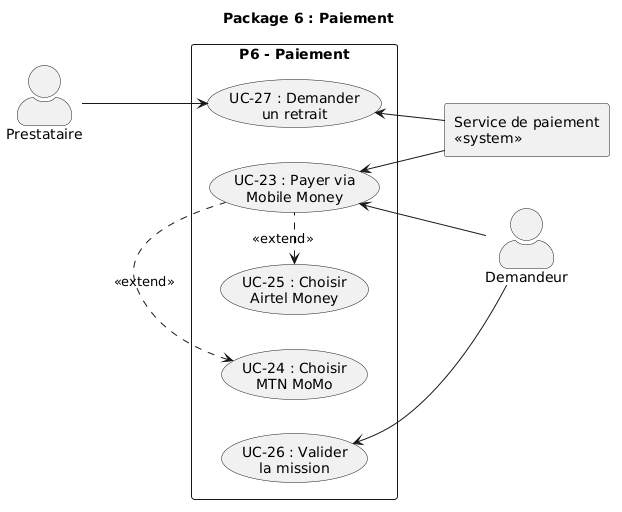
The PlantUML diagram images/diagramme_cu_p6.png in KazeHolloway/Projet_LaTex, before a commit.
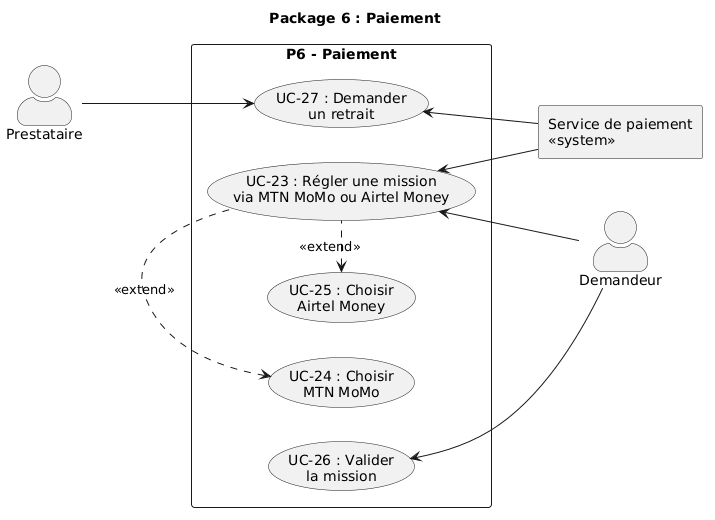
Later version of the same file.

What changed in the source:
```diff
@@ -8,7 +8,7 @@
 actor "Prestataire" as prestataire
 
 rectangle "P6 - Paiement" {
-  usecase "UC-23 : Payer via\nMobile Money" as UC23
+  usecase "UC-23 : Régler une mission\nvia MTN MoMo ou Airtel Money" as UC23
   usecase "UC-24 : Choisir\nMTN MoMo" as UC24
   usecase "UC-25 : Choisir\nAirtel Money" as UC25
   usecase "UC-26 : Valider\nla mission" as UC26
```
